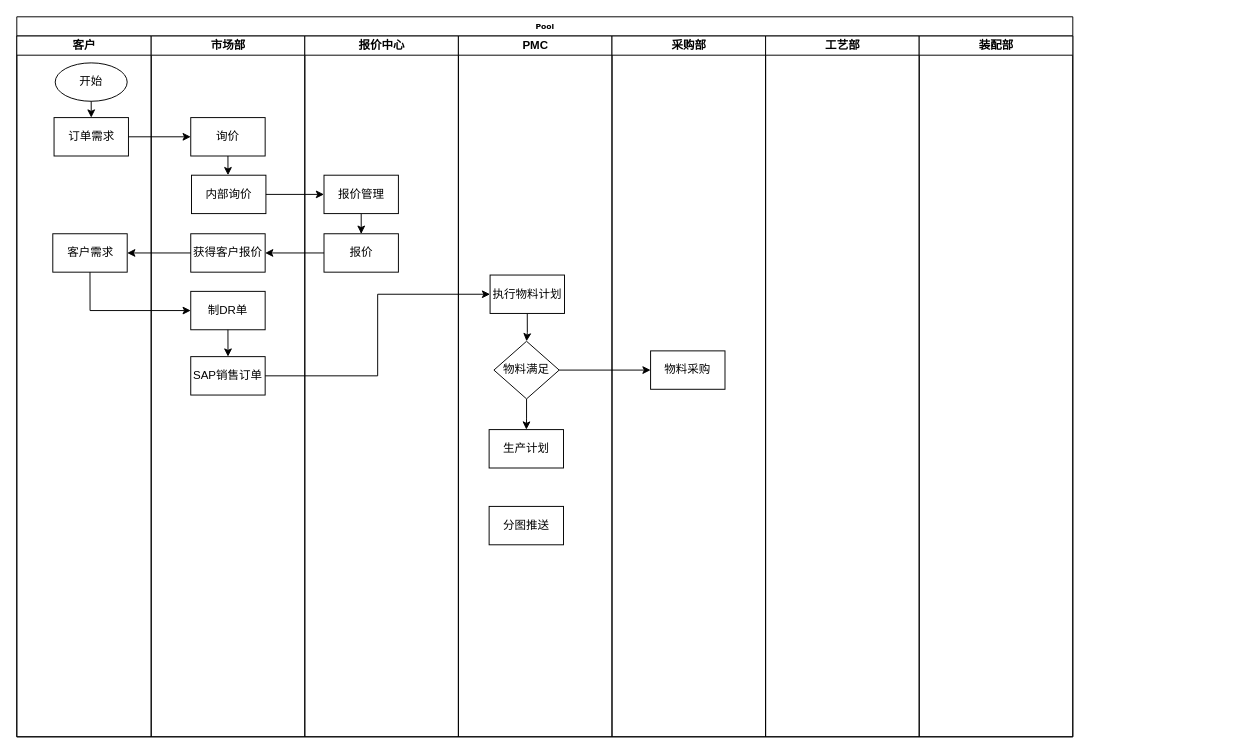
Earlier version of the draw.io diagram 沃德业务流程图2.drawio (zengfeiyue/chart). Source tidied: cells renumbered, new cells numbered last; positions are measured from the earlier drawing's top-left corner, leaving out a move shared by most shapes. Both pictures are drawn from the tidied source at 96%, with x=0, y=0 at pixel (16, 16).
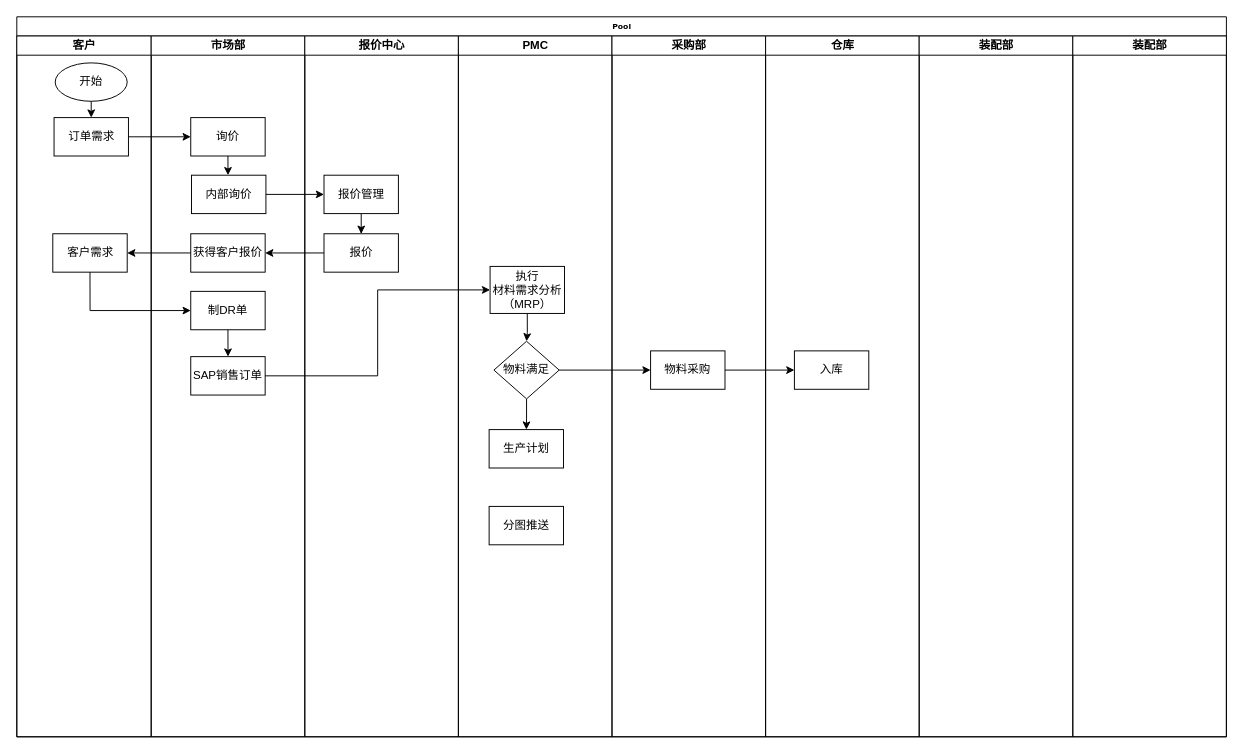
After the change.

Commit message (it also covers changes not shown here):
更新沃德业务流程图2.drawio

Unchanged cells that the change refers to:
```xml
<mxCell id="20" value="PMC" style="swimlane;html=1;startSize=20;" parent="2" vertex="1">
  <mxGeometry x="460" y="20" width="160" height="730" as="geometry" />
</mxCell>
<mxCell id="28" value="物料采购" style="whiteSpace=wrap;html=1;" parent="27" vertex="1">
  <mxGeometry x="40.2" y="328" width="77.5" height="40" as="geometry" />
</mxCell>
```

What changed in the source:
```diff
@@
     <mxCell id="2" value="Pool" style="swimlane;html=1;startSize=20;rounded=0;shadow=0;labelBackgroundColor=none;strokeWidth=1;fontFamily=Verdana;fontSize=8;align=center;" parent="1" vertex="1">
-      <mxGeometry width="1100" height="750" as="geometry" />
+      <mxGeometry width="1260" height="750" as="geometry" />
     </mxCell>
@@
-    <mxCell id="22" value="执行物料计划" style="whiteSpace=wrap;html=1;" parent="20" vertex="1">
-      <mxGeometry x="33" y="249" width="77.5" height="40" as="geometry" />
+    <mxCell id="22" value="执行&lt;br&gt;材料需求分析（MRP）" style="whiteSpace=wrap;html=1;" parent="20" vertex="1">
+      <mxGeometry x="33" y="240" width="77.5" height="49" as="geometry" />
     </mxCell>
@@
-    <mxCell id="29" value="工艺部" style="swimlane;html=1;startSize=20;" parent="2" vertex="1">
+    <mxCell id="29" value="仓库" style="swimlane;html=1;startSize=20;" parent="2" vertex="1">
       <mxGeometry x="780" y="20" width="160" height="730" as="geometry" />
     </mxCell>
+    <mxCell id="38" value="入库" style="whiteSpace=wrap;html=1;" parent="29" vertex="1">
+      <mxGeometry x="30" y="328" width="77.5" height="40" as="geometry" />
+    </mxCell>
@@
+    <mxCell id="39" value="装配部" style="swimlane;html=1;startSize=20;" parent="2" vertex="1">
+      <mxGeometry x="1100" y="20" width="160" height="730" as="geometry" />
+    </mxCell>
+    <mxCell id="40" style="edgeStyle=orthogonalEdgeStyle;rounded=0;jettySize=auto;html=1;exitX=1;exitY=0.5;exitDx=0;exitDy=0;entryX=0;entryY=0.5;entryDx=0;entryDy=0;" parent="2" edge="1" source="28" target="38">
+      <mxGeometry relative="1" as="geometry" />
+    </mxCell>
```
